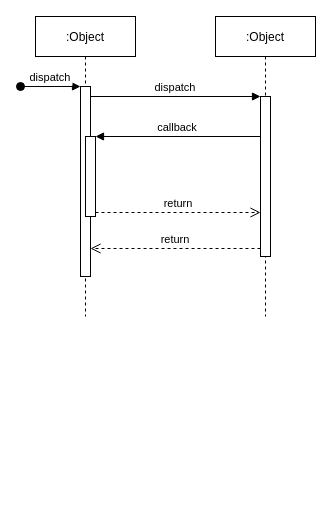
The draw.io diagram Untitled Diagram.drawio in gotodsp/-diagrams, before the edit. Source tidied: cells renumbered, new cells numbered last; positions are measured from the earlier drawing's top-left corner, leaving out a move shared by most shapes. Both pictures are drawn from the tidied source at 100%, with x=0, y=0 at pixel (20, 16).
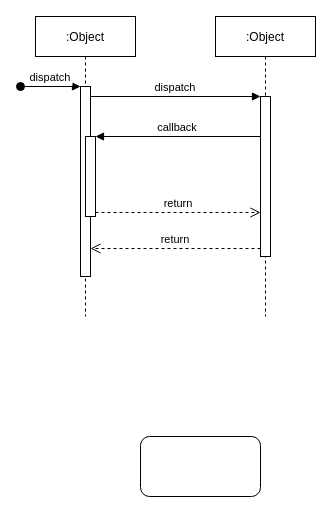
Above is the later version.

Diff of the diagram source:
```diff
@@
 <mxGraphModel>
   <root>
     <mxCell id="0" />
     <mxCell id="1" parent="0" />
     <mxCell id="2" value=":Object" style="shape=umlLifeline;perimeter=lifelinePerimeter;rounded=0;shadow=0;strokeWidth=1;" parent="1" vertex="1">
       <mxGeometry x="15" width="100" height="300" as="geometry" />
     </mxCell>
     <mxCell id="3" style="points=[];perimeter=orthogonalPerimeter;rounded=0;shadow=0;strokeWidth=1;" parent="2" vertex="1">
       <mxGeometry x="45" y="70" width="10" height="190" as="geometry" />
     </mxCell>
     <mxCell id="4" value="dispatch" style="verticalAlign=bottom;startArrow=oval;endArrow=block;startSize=8;shadow=0;strokeWidth=1;" parent="2" edge="1" target="3">
       <mxGeometry relative="1" as="geometry">
         <mxPoint x="-15" y="70" as="sourcePoint" />
       </mxGeometry>
     </mxCell>
     <mxCell id="5" style="points=[];perimeter=orthogonalPerimeter;rounded=0;shadow=0;strokeWidth=1;" parent="2" vertex="1">
       <mxGeometry x="50" y="120" width="10" height="80" as="geometry" />
     </mxCell>
     <mxCell id="6" value=":Object" style="shape=umlLifeline;perimeter=lifelinePerimeter;rounded=0;shadow=0;strokeWidth=1;" parent="1" vertex="1">
       <mxGeometry x="195" width="100" height="300" as="geometry" />
     </mxCell>
     <mxCell id="7" style="points=[];perimeter=orthogonalPerimeter;rounded=0;shadow=0;strokeWidth=1;" parent="6" vertex="1">
       <mxGeometry x="45" y="80" width="10" height="160" as="geometry" />
     </mxCell>
     <mxCell id="8" value="return" style="verticalAlign=bottom;endArrow=open;dashed=1;endSize=8;exitX=0;exitY=0.95;shadow=0;strokeWidth=1;" parent="1" edge="1" source="7" target="3">
       <mxGeometry relative="1" as="geometry" />
     </mxCell>
     <mxCell id="9" value="dispatch" style="verticalAlign=bottom;endArrow=block;entryX=0;entryY=0;shadow=0;strokeWidth=1;" parent="1" edge="1" source="3" target="7">
       <mxGeometry relative="1" as="geometry" />
     </mxCell>
     <mxCell id="10" value="callback" style="verticalAlign=bottom;endArrow=block;entryX=1;entryY=0;shadow=0;strokeWidth=1;" parent="1" edge="1" source="7" target="5">
       <mxGeometry relative="1" as="geometry" />
     </mxCell>
     <mxCell id="11" value="return" style="verticalAlign=bottom;endArrow=open;dashed=1;endSize=8;exitX=1;exitY=0.95;shadow=0;strokeWidth=1;" parent="1" edge="1" source="5" target="7">
       <mxGeometry relative="1" as="geometry" />
     </mxCell>
+    <mxCell id="12" style="rounded=1;whiteSpace=wrap;html=1;" parent="1" vertex="1">
+      <mxGeometry x="120" y="420" width="120" height="60" as="geometry" />
+    </mxCell>
   </root>
 </mxGraphModel>
```
